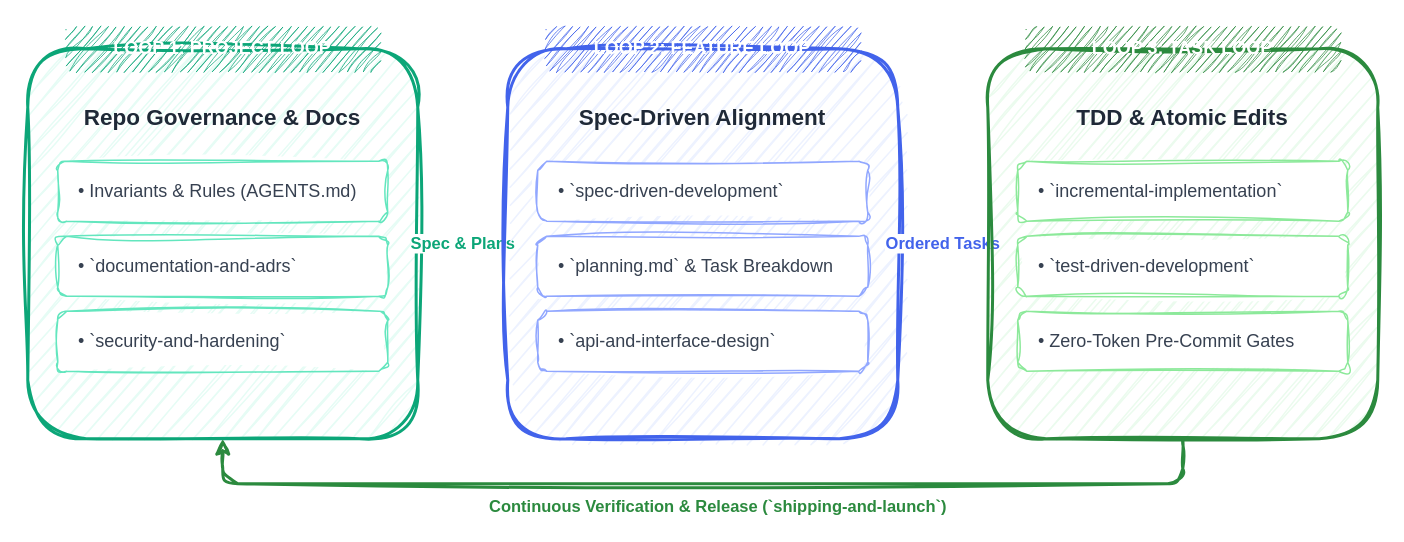
Above: public/diagrams/three-loop-harness.drawio in samuelek25k/samuelj90.github.io (draw.io), before the change. Source tidied: cells renumbered, new cells numbered last; positions are measured from the earlier drawing's top-left corner, leaving out a move shared by most shapes. Both pictures are drawn from the tidied source at 150%, with x=0, y=0 at pixel (27, 26).
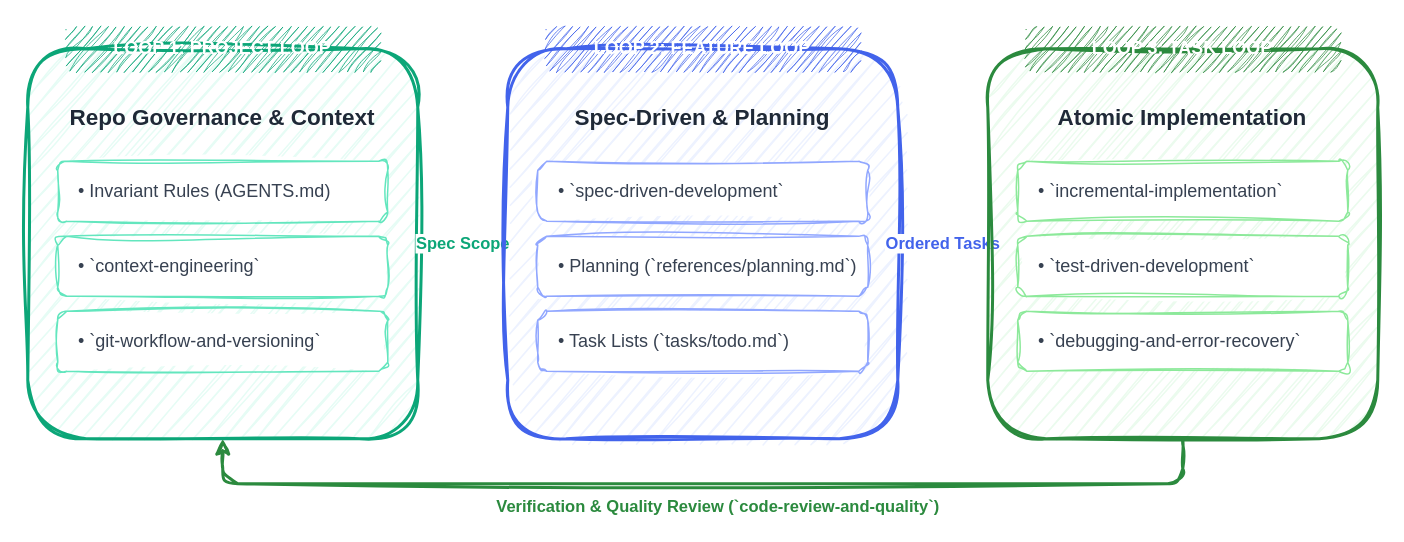
The same page after the edit.

Commit message (it also covers changes not shown here):
feat(diagrams): align three-loop harness diagram with newly pinned 7 core skills

The change refers to these unchanged cells:
```xml
<mxCell id="2" style="rounded=1;whiteSpace=wrap;html=1;sketch=1;curveFitting=1;jiggle=2;fillColor=#e6fcf5;strokeColor=#0ca678;strokeWidth=2;shadow=0;" parent="1" vertex="1">
  <mxGeometry y="15" width="260" height="260" as="geometry" />
</mxCell>
<mxCell id="9" style="rounded=1;whiteSpace=wrap;html=1;sketch=1;curveFitting=1;jiggle=2;fillColor=#edf2ff;strokeColor=#4263eb;strokeWidth=2;shadow=0;" parent="1" vertex="1">
  <mxGeometry x="320" y="15" width="260" height="260" as="geometry" />
</mxCell>
<mxCell id="16" style="rounded=1;whiteSpace=wrap;html=1;sketch=1;curveFitting=1;jiggle=2;fillColor=#ebfbee;strokeColor=#2b8a3e;strokeWidth=2;shadow=0;" parent="1" vertex="1">
  <mxGeometry x="640" y="15" width="260" height="260" as="geometry" />
</mxCell>
```

The edit, as a diff of the source:
```diff
@@
-    <mxCell id="4" value="&lt;b&gt;Repo Governance &amp; Docs&lt;/b&gt;" style="text;html=1;strokeColor=none;fillColor=none;align=center;verticalAlign=middle;whiteSpace=wrap;rounded=0;fontSize=15;fontFamily=Helvetica;fontColor=#1f2937;" parent="1" vertex="1">
+    <mxCell id="4" value="&lt;b&gt;Repo Governance &amp; Context&lt;/b&gt;" style="text;html=1;strokeColor=none;fillColor=none;align=center;verticalAlign=middle;whiteSpace=wrap;rounded=0;fontSize=15;fontFamily=Helvetica;fontColor=#1f2937;" parent="1" vertex="1">
       <mxGeometry x="20" y="45" width="220" height="30" as="geometry" />
     </mxCell>
-    <mxCell id="5" value="• Invariants &amp; Rules (AGENTS.md)" style="rounded=1;whiteSpace=wrap;html=1;sketch=1;curveFitting=1;jiggle=2;fillColor=#ffffff;strokeColor=#63e6be;fontSize=12;align=left;spacingLeft=12;fontFamily=Helvetica;fontColor=#374151;" parent="1" vertex="1">
+    <mxCell id="5" value="• Invariant Rules (AGENTS.md)" style="rounded=1;whiteSpace=wrap;html=1;sketch=1;curveFitting=1;jiggle=2;fillColor=#ffffff;strokeColor=#63e6be;fontSize=12;align=left;spacingLeft=12;fontFamily=Helvetica;fontColor=#374151;" parent="1" vertex="1">
       <mxGeometry x="20" y="90" width="220" height="40" as="geometry" />
     </mxCell>
-    <mxCell id="6" value="• `documentation-and-adrs`" style="rounded=1;whiteSpace=wrap;html=1;sketch=1;curveFitting=1;jiggle=2;fillColor=#ffffff;strokeColor=#63e6be;fontSize=12;align=left;spacingLeft=12;fontFamily=Helvetica;fontColor=#374151;" parent="1" vertex="1">
+    <mxCell id="6" value="• `context-engineering`" style="rounded=1;whiteSpace=wrap;html=1;sketch=1;curveFitting=1;jiggle=2;fillColor=#ffffff;strokeColor=#63e6be;fontSize=12;align=left;spacingLeft=12;fontFamily=Helvetica;fontColor=#374151;" parent="1" vertex="1">
       <mxGeometry x="20" y="140" width="220" height="40" as="geometry" />
     </mxCell>
-    <mxCell id="7" value="• `security-and-hardening`" style="rounded=1;whiteSpace=wrap;html=1;sketch=1;curveFitting=1;jiggle=2;fillColor=#ffffff;strokeColor=#63e6be;fontSize=12;align=left;spacingLeft=12;fontFamily=Helvetica;fontColor=#374151;" parent="1" vertex="1">
+    <mxCell id="7" value="• `git-workflow-and-versioning`" style="rounded=1;whiteSpace=wrap;html=1;sketch=1;curveFitting=1;jiggle=2;fillColor=#ffffff;strokeColor=#63e6be;fontSize=12;align=left;spacingLeft=12;fontFamily=Helvetica;fontColor=#374151;" parent="1" vertex="1">
       <mxGeometry x="20" y="190" width="220" height="40" as="geometry" />
     </mxCell>
-    <mxCell id="8" value="&lt;b&gt;Spec &amp; Plans&lt;/b&gt;" style="edgeStyle=orthogonalEdgeStyle;rounded=1;jettySize=auto;html=1;strokeColor=#0ca678;strokeWidth=2.5;sketch=1;curveFitting=1;jiggle=2;fontColor=#0ca678;fontSize=11;fontFamily=Helvetica;" parent="1" edge="1" source="2" target="9">
+    <mxCell id="8" value="&lt;b&gt;Spec Scope&lt;/b&gt;" style="edgeStyle=orthogonalEdgeStyle;rounded=1;jettySize=auto;html=1;strokeColor=#0ca678;strokeWidth=2.5;sketch=1;curveFitting=1;jiggle=2;fontColor=#0ca678;fontSize=11;fontFamily=Helvetica;" parent="1" edge="1" source="2" target="9">
       <mxGeometry relative="1" as="geometry" />
     </mxCell>
@@
-    <mxCell id="11" value="&lt;b&gt;Spec-Driven Alignment&lt;/b&gt;" style="text;html=1;strokeColor=none;fillColor=none;align=center;verticalAlign=middle;whiteSpace=wrap;rounded=0;fontSize=15;fontFamily=Helvetica;fontColor=#1f2937;" parent="1" vertex="1">
+    <mxCell id="11" value="&lt;b&gt;Spec-Driven &amp; Planning&lt;/b&gt;" style="text;html=1;strokeColor=none;fillColor=none;align=center;verticalAlign=middle;whiteSpace=wrap;rounded=0;fontSize=15;fontFamily=Helvetica;fontColor=#1f2937;" parent="1" vertex="1">
       <mxGeometry x="340" y="45" width="220" height="30" as="geometry" />
     </mxCell>
@@
-    <mxCell id="13" value="• `planning.md` &amp; Task Breakdown" style="rounded=1;whiteSpace=wrap;html=1;sketch=1;curveFitting=1;jiggle=2;fillColor=#ffffff;strokeColor=#91a7ff;fontSize=12;align=left;spacingLeft=12;fontFamily=Helvetica;fontColor=#374151;" parent="1" vertex="1">
+    <mxCell id="13" value="• Planning (`references/planning.md`)" style="rounded=1;whiteSpace=wrap;html=1;sketch=1;curveFitting=1;jiggle=2;fillColor=#ffffff;strokeColor=#91a7ff;fontSize=12;align=left;spacingLeft=12;fontFamily=Helvetica;fontColor=#374151;" parent="1" vertex="1">
       <mxGeometry x="340" y="140" width="220" height="40" as="geometry" />
     </mxCell>
-    <mxCell id="14" value="• `api-and-interface-design`" style="rounded=1;whiteSpace=wrap;html=1;sketch=1;curveFitting=1;jiggle=2;fillColor=#ffffff;strokeColor=#91a7ff;fontSize=12;align=left;spacingLeft=12;fontFamily=Helvetica;fontColor=#374151;" parent="1" vertex="1">
+    <mxCell id="14" value="• Task Lists (`tasks/todo.md`)" style="rounded=1;whiteSpace=wrap;html=1;sketch=1;curveFitting=1;jiggle=2;fillColor=#ffffff;strokeColor=#91a7ff;fontSize=12;align=left;spacingLeft=12;fontFamily=Helvetica;fontColor=#374151;" parent="1" vertex="1">
       <mxGeometry x="340" y="190" width="220" height="40" as="geometry" />
     </mxCell>
@@
-    <mxCell id="18" value="&lt;b&gt;TDD &amp; Atomic Edits&lt;/b&gt;" style="text;html=1;strokeColor=none;fillColor=none;align=center;verticalAlign=middle;whiteSpace=wrap;rounded=0;fontSize=15;fontFamily=Helvetica;fontColor=#1f2937;" parent="1" vertex="1">
+    <mxCell id="18" value="&lt;b&gt;Atomic Implementation&lt;/b&gt;" style="text;html=1;strokeColor=none;fillColor=none;align=center;verticalAlign=middle;whiteSpace=wrap;rounded=0;fontSize=15;fontFamily=Helvetica;fontColor=#1f2937;" parent="1" vertex="1">
       <mxGeometry x="660" y="45" width="220" height="30" as="geometry" />
     </mxCell>
@@
-    <mxCell id="21" value="• Zero-Token Pre-Commit Gates" style="rounded=1;whiteSpace=wrap;html=1;sketch=1;curveFitting=1;jiggle=2;fillColor=#ffffff;strokeColor=#8ce99a;fontSize=12;align=left;spacingLeft=12;fontFamily=Helvetica;fontColor=#374151;" parent="1" vertex="1">
+    <mxCell id="21" value="• `debugging-and-error-recovery`" style="rounded=1;whiteSpace=wrap;html=1;sketch=1;curveFitting=1;jiggle=2;fillColor=#ffffff;strokeColor=#8ce99a;fontSize=12;align=left;spacingLeft=12;fontFamily=Helvetica;fontColor=#374151;" parent="1" vertex="1">
       <mxGeometry x="660" y="190" width="220" height="40" as="geometry" />
     </mxCell>
-    <mxCell id="22" value="&lt;b&gt;Continuous Verification &amp; Release (`shipping-and-launch`)&lt;/b&gt;" style="edgeStyle=orthogonalEdgeStyle;rounded=1;jettySize=auto;html=1;entryX=0.5;entryY=1;entryDx=0;entryDy=0;exitX=0.5;exitY=1;exitDx=0;exitDy=0;strokeColor=#2b8a3e;strokeWidth=2;strokeDasharray=4 4;sketch=1;curveFitting=1;jiggle=2;fontColor=#2b8a3e;fontSize=11;fontFamily=Helvetica;" parent="1" edge="1" source="16" target="2">
+    <mxCell id="22" value="&lt;b&gt;Verification &amp; Quality Review (`code-review-and-quality`)&lt;/b&gt;" style="edgeStyle=orthogonalEdgeStyle;rounded=1;jettySize=auto;html=1;entryX=0.5;entryY=1;entryDx=0;entryDy=0;exitX=0.5;exitY=1;exitDx=0;exitDy=0;strokeColor=#2b8a3e;strokeWidth=2;strokeDasharray=4 4;sketch=1;curveFitting=1;jiggle=2;fontColor=#2b8a3e;fontSize=11;fontFamily=Helvetica;" parent="1" edge="1" source="16" target="2">
       <mxGeometry x="-0.03" y="15" relative="1" as="geometry">
         <Array as="points">
           <mxPoint x="770" y="305" />
           <mxPoint x="130" y="305" />
         </Array>
       </mxGeometry>
     </mxCell>
```
